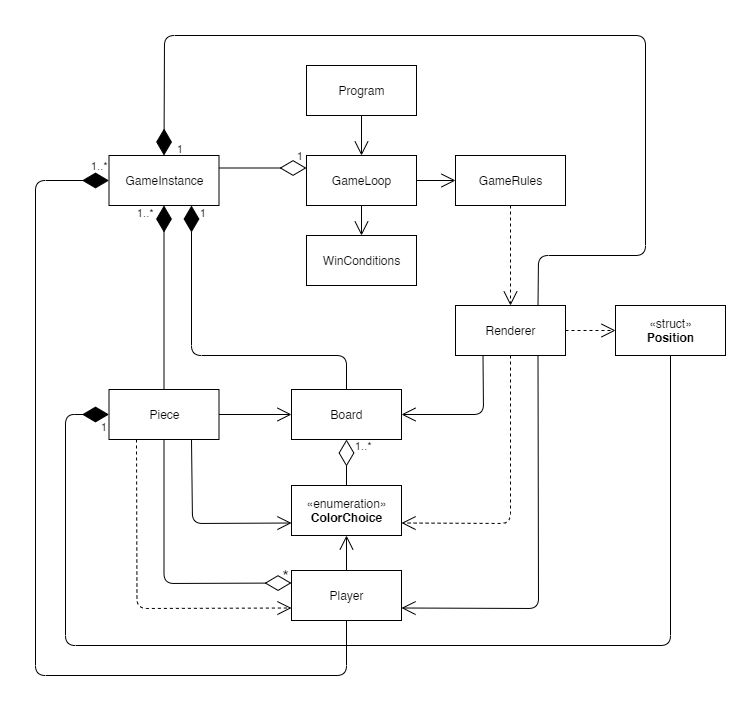
This is diagramaUML.png from AfonsoGR/LP1_Project2, a draw.io export, as it was before one commit. Source tidied: cells renumbered, new cells last; positions are measured from the earlier drawing's top-left corner, leaving out a move shared by most shapes.
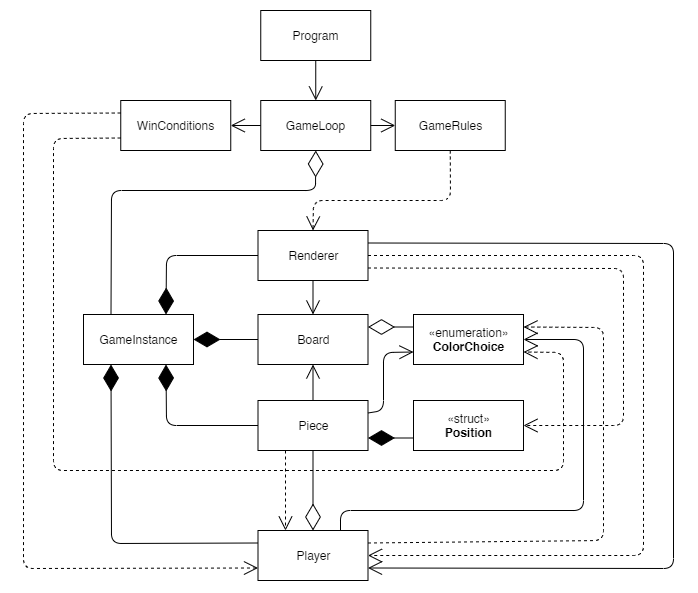
Later version of the same file.

Commit message:
Update README.md and UML diagram, correct case sensitive instances

What changed in the source:
```diff
@@ -3,173 +3,171 @@
     <mxCell id="0" />
     <mxCell id="1" parent="0" />
     <mxCell id="2" value="Program" style="html=1;" parent="1" vertex="1">
-      <mxGeometry x="271" y="30" width="110" height="50" as="geometry" />
+      <mxGeometry x="228.2" y="60" width="110" height="50" as="geometry" />
     </mxCell>
     <mxCell id="3" value="Piece" style="html=1;" parent="1" vertex="1">
-      <mxGeometry x="73.5" y="354" width="110" height="50" as="geometry" />
+      <mxGeometry x="225.5" y="450" width="110" height="50" as="geometry" />
     </mxCell>
     <mxCell id="4" value="GameInstance" style="html=1;" parent="1" vertex="1">
-      <mxGeometry x="73.5" y="120" width="110" height="50" as="geometry" />
+      <mxGeometry x="51" y="364" width="110" height="50" as="geometry" />
     </mxCell>
     <mxCell id="5" value="Renderer" style="html=1;" parent="1" vertex="1">
-      <mxGeometry x="420" y="270" width="110" height="50" as="geometry" />
+      <mxGeometry x="225.5" y="280" width="110" height="50" as="geometry" />
     </mxCell>
     <mxCell id="6" value="GameLoop" style="html=1;" parent="1" vertex="1">
-      <mxGeometry x="271" y="120" width="110" height="50" as="geometry" />
+      <mxGeometry x="228.2" y="150" width="110" height="50" as="geometry" />
     </mxCell>
     <mxCell id="7" value="GameRules" style="html=1;" parent="1" vertex="1">
-      <mxGeometry x="420" y="120" width="110" height="50" as="geometry" />
+      <mxGeometry x="362.8" y="150" width="110" height="50" as="geometry" />
     </mxCell>
     <mxCell id="8" value="WinConditions" style="html=1;" parent="1" vertex="1">
-      <mxGeometry x="271" y="200" width="110" height="50" as="geometry" />
+      <mxGeometry x="88.2" y="150" width="110" height="50" as="geometry" />
     </mxCell>
     <mxCell id="9" style="endArrow=open;endFill=1;endSize=12;html=1;exitX=0.5;exitY=1;exitDx=0;exitDy=0;entryX=0.5;entryY=0;entryDx=0;entryDy=0;" parent="1" edge="1" source="2" target="6">
       <mxGeometry relative="1" as="geometry" />
     </mxCell>
-    <mxCell id="10" style="endArrow=open;endFill=1;endSize=12;html=1;exitX=0.5;exitY=0;exitDx=0;exitDy=0;entryX=0.5;entryY=1;entryDx=0;entryDy=0;" parent="1" edge="1" source="31" target="30">
-      <mxGeometry relative="1" as="geometry" />
+    <mxCell id="10" style="endArrow=open;endFill=1;endSize=12;html=1;exitX=0.75;exitY=0;exitDx=0;exitDy=0;entryX=1;entryY=0.5;entryDx=0;entryDy=0;" parent="1" edge="1" source="31" target="30">
+      <mxGeometry relative="1" as="geometry">
+        <Array as="points">
+          <mxPoint x="308" y="560" />
+          <mxPoint x="551" y="560" />
+          <mxPoint x="551" y="389" />
+        </Array>
+      </mxGeometry>
     </mxCell>
-    <mxCell id="11" style="endArrow=open;endFill=1;endSize=12;html=1;exitX=0.75;exitY=1;exitDx=0;exitDy=0;entryX=0;entryY=0.75;entryDx=0;entryDy=0;" parent="1" edge="1" source="3" target="30">
+    <mxCell id="11" style="endArrow=open;endFill=1;endSize=12;html=1;exitX=1;exitY=0.25;exitDx=0;exitDy=0;entryX=0;entryY=0.75;entryDx=0;entryDy=0;" parent="1" edge="1" source="3" target="30">
       <mxGeometry relative="1" as="geometry">
         <Array as="points">
-          <mxPoint x="157" y="488" />
+          <mxPoint x="351" y="460" />
+          <mxPoint x="351" y="402" />
         </Array>
       </mxGeometry>
     </mxCell>
     <mxCell id="12" style="endArrow=open;endFill=1;endSize=12;html=1;exitX=1;exitY=0.5;exitDx=0;exitDy=0;entryX=0;entryY=0.5;entryDx=0;entryDy=0;" parent="1" edge="1" source="6" target="7">
       <mxGeometry relative="1" as="geometry" />
     </mxCell>
-    <mxCell id="13" style="endArrow=open;endFill=1;endSize=12;html=1;exitX=0.5;exitY=1;exitDx=0;exitDy=0;entryX=0.5;entryY=0;entryDx=0;entryDy=0;" parent="1" edge="1" source="6" target="8">
+    <mxCell id="13" style="endArrow=open;endFill=1;endSize=12;html=1;exitX=0;exitY=0.5;exitDx=0;exitDy=0;entryX=1;entryY=0.5;entryDx=0;entryDy=0;" parent="1" edge="1" source="6" target="8">
       <mxGeometry relative="1" as="geometry" />
     </mxCell>
-    <mxCell id="14" value="&lt;font style=&quot;font-size: 17px&quot;&gt;*&lt;br&gt;&lt;/font&gt;" style="text;html=1;align=center;verticalAlign=middle;fontSize=21;" parent="1" vertex="1">
-      <mxGeometry x="240" y="524" width="20" height="30" as="geometry" />
-    </mxCell>
-    <mxCell id="15" style="endArrow=open;endSize=12;dashed=1;html=1;fontSize=21;entryX=0;entryY=0.75;entryDx=0;entryDy=0;exitX=0.25;exitY=1;exitDx=0;exitDy=0;" parent="1" edge="1" source="3" target="31">
-      <mxGeometry x="0.12" y="40" relative="1" as="geometry">
-        <Array as="points">
-          <mxPoint x="101.5" y="573" />
-        </Array>
-      </mxGeometry>
+    <mxCell id="15" style="endArrow=open;endSize=12;dashed=1;html=1;fontSize=21;entryX=0.25;entryY=0;entryDx=0;entryDy=0;exitX=0.25;exitY=1;exitDx=0;exitDy=0;" parent="1" edge="1" source="3" target="31">
+      <mxGeometry x="0.12" y="40" relative="1" as="geometry" />
     </mxCell>
-    <mxCell id="16" style="endArrow=open;endFill=1;endSize=12;html=1;fontSize=12;entryX=0;entryY=0.5;entryDx=0;entryDy=0;exitX=1;exitY=0.5;exitDx=0;exitDy=0;" parent="1" edge="1" source="3" target="29">
-      <mxGeometry relative="1" as="geometry">
-        <Array as="points">
-          <mxPoint x="204.5" y="379" />
-        </Array>
-      </mxGeometry>
+    <mxCell id="16" style="endArrow=open;endFill=1;endSize=12;html=1;fontSize=12;entryX=0.5;entryY=1;entryDx=0;entryDy=0;exitX=0.5;exitY=0;exitDx=0;exitDy=0;" parent="1" edge="1" source="3" target="29">
+      <mxGeometry relative="1" as="geometry" />
     </mxCell>
     <mxCell id="17" value="«struct»&lt;br&gt;&lt;b&gt;Position&lt;/b&gt;" style="html=1;" parent="1" vertex="1">
-      <mxGeometry x="580" y="270" width="110" height="50" as="geometry" />
+      <mxGeometry x="381" y="450" width="110" height="50" as="geometry" />
     </mxCell>
-    <mxCell id="18" style="endArrow=diamondThin;endFill=0;endSize=24;html=1;fontSize=12;exitX=1;exitY=0.25;exitDx=0;exitDy=0;entryX=0;entryY=0.25;entryDx=0;entryDy=0;" parent="1" edge="1" source="4" target="6">
-      <mxGeometry relative="1" as="geometry" />
+    <mxCell id="18" style="endArrow=diamondThin;endFill=0;endSize=24;html=1;fontSize=12;entryX=0.5;entryY=1;entryDx=0;entryDy=0;exitX=0.25;exitY=0;exitDx=0;exitDy=0;" parent="1" edge="1" source="4" target="6">
+      <mxGeometry relative="1" as="geometry">
+        <Array as="points">
+          <mxPoint x="79" y="240" />
+          <mxPoint x="283" y="240" />
+        </Array>
+      </mxGeometry>
     </mxCell>
-    <mxCell id="19" value="&lt;!--StartFragment--&gt;&lt;span style=&quot;color: rgb(0, 0, 0); font-family: Helvetica; font-size: 11px; font-style: normal; font-variant-ligatures: normal; font-variant-caps: normal; font-weight: 400; letter-spacing: normal; orphans: 2; text-align: left; text-indent: 0px; text-transform: none; widows: 2; word-spacing: 0px; -webkit-text-stroke-width: 0px; background-color: rgb(255, 255, 255); text-decoration-style: initial; text-decoration-color: initial; float: none; display: inline !important;&quot;&gt;1&lt;/span&gt;&lt;!--EndFragment--&gt;" style="text;whiteSpace=wrap;html=1;fontSize=12;" parent="1" vertex="1">
-      <mxGeometry x="260" y="107" width="30" height="30" as="geometry" />
-    </mxCell>
-    <mxCell id="20" style="endArrow=diamondThin;endFill=1;endSize=24;html=1;fontSize=12;entryX=0;entryY=0.5;entryDx=0;entryDy=0;exitX=0.5;exitY=1;exitDx=0;exitDy=0;" parent="1" edge="1" source="17" target="3">
-      <mxGeometry relative="1" as="geometry">
-        <Array as="points">
-          <mxPoint x="635" y="610" />
-          <mxPoint x="30" y="610" />
-          <mxPoint x="30" y="379" />
-        </Array>
-      </mxGeometry>
+    <mxCell id="20" style="endArrow=diamondThin;endFill=1;endSize=24;html=1;fontSize=12;entryX=1;entryY=0.75;entryDx=0;entryDy=0;exitX=0;exitY=0.75;exitDx=0;exitDy=0;" parent="1" edge="1" source="17" target="3">
+      <mxGeometry relative="1" as="geometry" />
     </mxCell>
-    <mxCell id="21" value="&lt;!--StartFragment--&gt;&lt;span style=&quot;color: rgb(0, 0, 0); font-family: Helvetica; font-size: 11px; font-style: normal; font-variant-ligatures: normal; font-variant-caps: normal; font-weight: 400; letter-spacing: normal; orphans: 2; text-align: left; text-indent: 0px; text-transform: none; widows: 2; word-spacing: 0px; -webkit-text-stroke-width: 0px; background-color: rgb(255, 255, 255); text-decoration-style: initial; text-decoration-color: initial; float: none; display: inline !important;&quot;&gt;1&lt;/span&gt;&lt;!--EndFragment--&gt;" style="text;whiteSpace=wrap;html=1;fontSize=12;" parent="1" vertex="1">
-      <mxGeometry x="64" y="378" width="30" height="30" as="geometry" />
-    </mxCell>
-    <mxCell id="22" style="endArrow=diamondThin;endFill=0;endSize=24;html=1;fontSize=12;entryX=0;entryY=0.25;entryDx=0;entryDy=0;exitX=0.5;exitY=1;exitDx=0;exitDy=0;" parent="1" edge="1" source="3" target="31">
-      <mxGeometry relative="1" as="geometry">
-        <Array as="points">
-          <mxPoint x="128.5" y="548" />
-        </Array>
-      </mxGeometry>
+    <mxCell id="22" style="endArrow=diamondThin;endFill=0;endSize=24;html=1;fontSize=12;entryX=0.5;entryY=0;entryDx=0;entryDy=0;exitX=0.5;exitY=1;exitDx=0;exitDy=0;" parent="1" edge="1" source="3" target="31">
+      <mxGeometry relative="1" as="geometry" />
     </mxCell>
-    <mxCell id="23" value="&lt;span style=&quot;color: rgb(0 , 0 , 0) ; font-family: &amp;#34;helvetica&amp;#34; ; font-size: 11px ; font-style: normal ; font-weight: 400 ; letter-spacing: normal ; text-align: left ; text-indent: 0px ; text-transform: none ; word-spacing: 0px ; background-color: rgb(255 , 255 , 255) ; float: none ; display: inline&quot;&gt;1..*&lt;/span&gt;" style="text;whiteSpace=wrap;html=1;fontSize=12;" parent="1" vertex="1">
-      <mxGeometry x="318" y="397" width="30" height="30" as="geometry" />
-    </mxCell>
     <mxCell id="24" style="endArrow=open;endSize=12;dashed=1;html=1;fontSize=12;entryX=0.5;entryY=0;entryDx=0;entryDy=0;exitX=0.5;exitY=1;exitDx=0;exitDy=0;" parent="1" edge="1" source="7" target="5">
-      <mxGeometry y="29" relative="1" as="geometry" />
+      <mxGeometry y="29" relative="1" as="geometry">
+        <Array as="points">
+          <mxPoint x="418" y="250" />
+          <mxPoint x="281" y="250" />
+        </Array>
+      </mxGeometry>
     </mxCell>
-    <mxCell id="25" style="endArrow=open;endSize=12;dashed=1;html=1;fontSize=12;entryX=1;entryY=0.75;entryDx=0;entryDy=0;exitX=0.5;exitY=1;exitDx=0;exitDy=0;" parent="1" edge="1" source="5" target="30">
+    <mxCell id="25" style="endArrow=open;endSize=12;dashed=1;html=1;fontSize=12;entryX=1;entryY=0.25;entryDx=0;entryDy=0;exitX=1;exitY=0.25;exitDx=0;exitDy=0;" parent="1" edge="1" source="31" target="30">
       <mxGeometry y="29" relative="1" as="geometry">
         <Array as="points">
-          <mxPoint x="475" y="488" />
+          <mxPoint x="571" y="590" />
+          <mxPoint x="571" y="377" />
         </Array>
       </mxGeometry>
     </mxCell>
-    <mxCell id="26" style="endArrow=open;endSize=12;dashed=1;html=1;fontSize=12;entryX=0;entryY=0.5;entryDx=0;entryDy=0;exitX=1;exitY=0.5;exitDx=0;exitDy=0;" parent="1" edge="1" source="5" target="17">
-      <mxGeometry y="29" relative="1" as="geometry" />
+    <mxCell id="26" style="endArrow=open;endSize=12;dashed=1;html=1;fontSize=12;entryX=1;entryY=0.5;entryDx=0;entryDy=0;exitX=1;exitY=0.75;exitDx=0;exitDy=0;" parent="1" edge="1" source="5" target="17">
+      <mxGeometry y="29" relative="1" as="geometry">
+        <Array as="points">
+          <mxPoint x="591" y="318" />
+          <mxPoint x="591" y="475" />
+        </Array>
+      </mxGeometry>
     </mxCell>
-    <mxCell id="27" style="endArrow=open;endFill=1;endSize=12;html=1;fontSize=12;entryX=1;entryY=0.5;entryDx=0;entryDy=0;exitX=0.25;exitY=1;exitDx=0;exitDy=0;" parent="1" edge="1" source="5" target="29">
-      <mxGeometry relative="1" as="geometry">
-        <Array as="points">
-          <mxPoint x="448" y="379" />
-        </Array>
-      </mxGeometry>
+    <mxCell id="27" style="endArrow=open;endFill=1;endSize=12;html=1;fontSize=12;entryX=0.5;entryY=0;entryDx=0;entryDy=0;exitX=0.5;exitY=1;exitDx=0;exitDy=0;" parent="1" edge="1" source="5" target="29">
+      <mxGeometry relative="1" as="geometry" />
     </mxCell>
-    <mxCell id="28" style="endArrow=open;endFill=1;endSize=12;html=1;fontSize=12;entryX=1;entryY=0.75;entryDx=0;entryDy=0;exitX=0.75;exitY=1;exitDx=0;exitDy=0;" parent="1" edge="1" source="5" target="31">
+    <mxCell id="28" style="endArrow=open;endFill=1;endSize=12;html=1;fontSize=12;exitX=1;exitY=0.25;exitDx=0;exitDy=0;entryX=1;entryY=0.75;entryDx=0;entryDy=0;" parent="1" edge="1" source="5" target="31">
       <mxGeometry relative="1" as="geometry">
         <Array as="points">
-          <mxPoint x="503" y="573" />
+          <mxPoint x="641" y="293" />
+          <mxPoint x="641" y="618" />
         </Array>
       </mxGeometry>
     </mxCell>
     <mxCell id="29" value="Board" style="html=1;" parent="1" vertex="1">
-      <mxGeometry x="256" y="354" width="110" height="50" as="geometry" />
+      <mxGeometry x="225.5" y="364" width="110" height="50" as="geometry" />
     </mxCell>
+    <mxCell id="32" style="endArrow=diamondThin;endFill=0;endSize=24;html=1;fontSize=12;entryX=1;entryY=0.25;entryDx=0;entryDy=0;exitX=0;exitY=0.25;exitDx=0;exitDy=0;" parent="1" edge="1" source="30" target="29">
+      <mxGeometry relative="1" as="geometry" />
+    </mxCell>
+    <mxCell id="41" style="endArrow=open;endSize=12;dashed=1;html=1;fontSize=12;entryX=0;entryY=0.75;entryDx=0;entryDy=0;exitX=0;exitY=0.25;exitDx=0;exitDy=0;" parent="1" edge="1" source="8" target="31">
+      <mxGeometry x="-0.02" y="32" relative="1" as="geometry">
+        <Array as="points">
+          <mxPoint x="-9" y="163" />
+          <mxPoint x="-9" y="618" />
+        </Array>
+      </mxGeometry>
+    </mxCell>
+    <mxCell id="42" style="endArrow=open;endSize=12;dashed=1;html=1;fontSize=12;exitX=0;exitY=0.75;exitDx=0;exitDy=0;entryX=1;entryY=0.75;entryDx=0;entryDy=0;" parent="1" edge="1" source="8" target="30">
+      <mxGeometry x="-0.02" y="32" relative="1" as="geometry">
+        <Array as="points">
+          <mxPoint x="21" y="188" />
+          <mxPoint x="21" y="520" />
+          <mxPoint x="531" y="520" />
+          <mxPoint x="531" y="402" />
+        </Array>
+      </mxGeometry>
+    </mxCell>
+    <mxCell id="33" style="endArrow=diamondThin;endFill=1;endSize=24;html=1;fontSize=12;entryX=1;entryY=0.5;entryDx=0;entryDy=0;exitX=0;exitY=0.5;exitDx=0;exitDy=0;" parent="1" edge="1" source="29" target="4">
+      <mxGeometry relative="1" as="geometry" />
+    </mxCell>
+    <mxCell id="35" style="endArrow=diamondThin;endFill=1;endSize=24;html=1;fontSize=12;exitX=0;exitY=0.25;exitDx=0;exitDy=0;entryX=0.25;entryY=1;entryDx=0;entryDy=0;" parent="1" edge="1" source="31" target="4">
+      <mxGeometry relative="1" as="geometry">
+        <Array as="points">
+          <mxPoint x="79" y="593" />
+        </Array>
+      </mxGeometry>
+    </mxCell>
+    <mxCell id="37" style="endArrow=diamondThin;endFill=1;endSize=24;html=1;fontSize=12;entryX=0.75;entryY=1;entryDx=0;entryDy=0;exitX=0;exitY=0.5;exitDx=0;exitDy=0;" parent="1" edge="1" source="3" target="4">
+      <mxGeometry relative="1" as="geometry">
+        <Array as="points">
+          <mxPoint x="134" y="475" />
+        </Array>
+      </mxGeometry>
+    </mxCell>
+    <mxCell id="39" style="endArrow=diamondThin;endFill=1;endSize=24;html=1;fontSize=12;exitX=0;exitY=0.5;exitDx=0;exitDy=0;entryX=0.75;entryY=0;entryDx=0;entryDy=0;" parent="1" edge="1" source="5" target="4">
+      <mxGeometry relative="1" as="geometry">
+        <Array as="points">
+          <mxPoint x="134" y="305" />
+        </Array>
+      </mxGeometry>
+    </mxCell>
+    <mxCell id="31" value="Player" style="html=1;" parent="1" vertex="1">
+      <mxGeometry x="225.5" y="580" width="110" height="50" as="geometry" />
+    </mxCell>
+    <mxCell id="43" style="endArrow=open;endSize=12;dashed=1;html=1;fontSize=12;entryX=1;entryY=0.5;entryDx=0;entryDy=0;exitX=1;exitY=0.5;exitDx=0;exitDy=0;" parent="1" edge="1" source="5" target="31">
+      <mxGeometry y="29" relative="1" as="geometry">
+        <Array as="points">
+          <mxPoint x="611" y="305" />
+          <mxPoint x="611" y="605" />
+        </Array>
+      </mxGeometry>
+    </mxCell>
     <mxCell id="30" value="«enumeration»&lt;br&gt;&lt;b&gt;ColorChoice&lt;/b&gt;" style="html=1;" parent="1" vertex="1">
-      <mxGeometry x="256" y="450" width="110" height="50" as="geometry" />
+      <mxGeometry x="381" y="364" width="110" height="50" as="geometry" />
     </mxCell>
-    <mxCell id="31" value="Player" style="html=1;" parent="1" vertex="1">
-      <mxGeometry x="256" y="535" width="110" height="50" as="geometry" />
-    </mxCell>
-    <mxCell id="32" style="endArrow=diamondThin;endFill=0;endSize=24;html=1;fontSize=12;entryX=0.5;entryY=1;entryDx=0;entryDy=0;exitX=0.5;exitY=0;exitDx=0;exitDy=0;" parent="1" edge="1" source="30" target="29">
-      <mxGeometry relative="1" as="geometry" />
-    </mxCell>
-    <mxCell id="33" style="endArrow=diamondThin;endFill=1;endSize=24;html=1;fontSize=12;entryX=0.75;entryY=1;entryDx=0;entryDy=0;exitX=0.5;exitY=0;exitDx=0;exitDy=0;" parent="1" edge="1" source="29" target="4">
-      <mxGeometry relative="1" as="geometry">
-        <Array as="points">
-          <mxPoint x="311" y="320" />
-          <mxPoint x="156" y="320" />
-        </Array>
-      </mxGeometry>
-    </mxCell>
-    <mxCell id="34" value="&lt;!--StartFragment--&gt;&lt;span style=&quot;color: rgb(0, 0, 0); font-family: Helvetica; font-size: 11px; font-style: normal; font-variant-ligatures: normal; font-variant-caps: normal; font-weight: 400; letter-spacing: normal; orphans: 2; text-align: left; text-indent: 0px; text-transform: none; widows: 2; word-spacing: 0px; -webkit-text-stroke-width: 0px; background-color: rgb(255, 255, 255); text-decoration-style: initial; text-decoration-color: initial; float: none; display: inline !important;&quot;&gt;1&lt;/span&gt;&lt;!--EndFragment--&gt;" style="text;whiteSpace=wrap;html=1;fontSize=12;" parent="1" vertex="1">
-      <mxGeometry x="163" y="164" width="30" height="30" as="geometry" />
-    </mxCell>
-    <mxCell id="35" style="endArrow=diamondThin;endFill=1;endSize=24;html=1;fontSize=12;entryX=0;entryY=0.5;entryDx=0;entryDy=0;exitX=0.5;exitY=1;exitDx=0;exitDy=0;" parent="1" edge="1" source="31" target="4">
-      <mxGeometry relative="1" as="geometry">
-        <Array as="points">
-          <mxPoint x="311" y="640" />
-          <mxPoint y="640" />
-          <mxPoint y="145" />
-        </Array>
-      </mxGeometry>
-    </mxCell>
-    <mxCell id="36" value="&lt;span style=&quot;color: rgb(0 , 0 , 0) ; font-family: &amp;#34;helvetica&amp;#34; ; font-size: 11px ; font-style: normal ; font-weight: 400 ; letter-spacing: normal ; text-align: left ; text-indent: 0px ; text-transform: none ; word-spacing: 0px ; background-color: rgb(255 , 255 , 255) ; float: none ; display: inline&quot;&gt;1..*&lt;/span&gt;" style="text;whiteSpace=wrap;html=1;fontSize=12;" parent="1" vertex="1">
-      <mxGeometry x="54" y="117" width="30" height="30" as="geometry" />
-    </mxCell>
-    <mxCell id="37" style="endArrow=diamondThin;endFill=1;endSize=24;html=1;fontSize=12;entryX=0.5;entryY=1;entryDx=0;entryDy=0;exitX=0.5;exitY=0;exitDx=0;exitDy=0;" parent="1" edge="1" source="3" target="4">
-      <mxGeometry relative="1" as="geometry" />
-    </mxCell>
-    <mxCell id="38" value="&lt;span style=&quot;color: rgb(0 , 0 , 0) ; font-family: &amp;#34;helvetica&amp;#34; ; font-size: 11px ; font-style: normal ; font-weight: 400 ; letter-spacing: normal ; text-align: left ; text-indent: 0px ; text-transform: none ; word-spacing: 0px ; background-color: rgb(255 , 255 , 255) ; float: none ; display: inline&quot;&gt;1..*&lt;/span&gt;" style="text;whiteSpace=wrap;html=1;fontSize=12;" parent="1" vertex="1">
-      <mxGeometry x="100" y="164" width="30" height="30" as="geometry" />
-    </mxCell>
-    <mxCell id="39" style="endArrow=diamondThin;endFill=1;endSize=24;html=1;fontSize=12;entryX=0.5;entryY=0;entryDx=0;entryDy=0;exitX=0.75;exitY=0;exitDx=0;exitDy=0;" parent="1" edge="1" source="5" target="4">
-      <mxGeometry relative="1" as="geometry">
-        <Array as="points">
-          <mxPoint x="503" y="220" />
-          <mxPoint x="610" y="220" />
-          <mxPoint x="610" />
-          <mxPoint x="129" />
-        </Array>
-      </mxGeometry>
-    </mxCell>
-    <mxCell id="40" value="&lt;!--StartFragment--&gt;&lt;span style=&quot;color: rgb(0, 0, 0); font-family: Helvetica; font-size: 11px; font-style: normal; font-variant-ligatures: normal; font-variant-caps: normal; font-weight: 400; letter-spacing: normal; orphans: 2; text-align: left; text-indent: 0px; text-transform: none; widows: 2; word-spacing: 0px; -webkit-text-stroke-width: 0px; background-color: rgb(255, 255, 255); text-decoration-style: initial; text-decoration-color: initial; float: none; display: inline !important;&quot;&gt;1&lt;/span&gt;&lt;!--EndFragment--&gt;" style="text;whiteSpace=wrap;html=1;fontSize=12;" parent="1" vertex="1">
-      <mxGeometry x="140" y="100" width="30" height="30" as="geometry" />
-    </mxCell>
   </root>
 </mxGraphModel>
```
